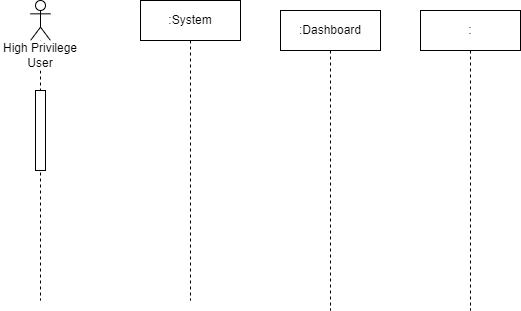
This is Sequence Diagram - Device (Higher Privilege).drawio.png from kaisunoo/Acads, a draw.io export, as it was before one commit. Source tidied: cells renumbered, new cells last; positions are measured from the earlier drawing's top-left corner, leaving out a move shared by most shapes.
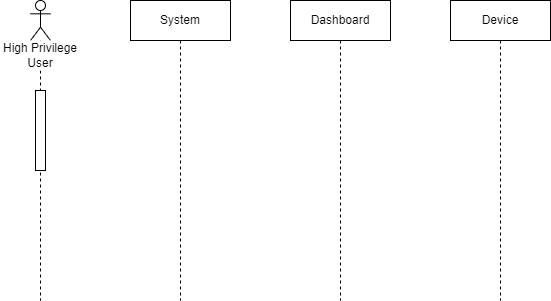
The same file after the commit.

What changed in the source:
```diff
@@ -11,14 +11,14 @@
     <mxCell id="4" value="High Privilege User" style="text;strokeColor=none;align=center;fillColor=#FFFFFF;html=1;verticalAlign=middle;whiteSpace=wrap;rounded=0;" parent="1" vertex="1">
       <mxGeometry y="40" width="80" height="30" as="geometry" />
     </mxCell>
-    <mxCell id="5" value=":System" style="shape=umlLifeline;perimeter=lifelinePerimeter;whiteSpace=wrap;html=1;newEdgeStyle={&quot;curved&quot;:0,&quot;rounded&quot;:0};" parent="1" vertex="1">
-      <mxGeometry x="140" width="100" height="300" as="geometry" />
+    <mxCell id="5" value="System" style="shape=umlLifeline;perimeter=lifelinePerimeter;whiteSpace=wrap;html=1;newEdgeStyle={&quot;curved&quot;:0,&quot;rounded&quot;:0};" parent="1" vertex="1">
+      <mxGeometry x="130" width="100" height="300" as="geometry" />
     </mxCell>
-    <mxCell id="6" value=":Dashboard" style="shape=umlLifeline;perimeter=lifelinePerimeter;whiteSpace=wrap;html=1;newEdgeStyle={&quot;curved&quot;:0,&quot;rounded&quot;:0};" parent="1" vertex="1">
-      <mxGeometry x="280" y="10" width="100" height="300" as="geometry" />
+    <mxCell id="6" value="Dashboard" style="shape=umlLifeline;perimeter=lifelinePerimeter;whiteSpace=wrap;html=1;newEdgeStyle={&quot;curved&quot;:0,&quot;rounded&quot;:0};" parent="1" vertex="1">
+      <mxGeometry x="290" width="100" height="300" as="geometry" />
     </mxCell>
-    <mxCell id="7" value=":" style="shape=umlLifeline;perimeter=lifelinePerimeter;whiteSpace=wrap;html=1;newEdgeStyle={&quot;curved&quot;:0,&quot;rounded&quot;:0};" parent="1" vertex="1">
-      <mxGeometry x="420" y="10" width="100" height="300" as="geometry" />
+    <mxCell id="7" value="Device" style="shape=umlLifeline;perimeter=lifelinePerimeter;whiteSpace=wrap;html=1;newEdgeStyle={&quot;curved&quot;:0,&quot;rounded&quot;:0};" parent="1" vertex="1">
+      <mxGeometry x="450" width="100" height="300" as="geometry" />
     </mxCell>
   </root>
 </mxGraphModel>
```
